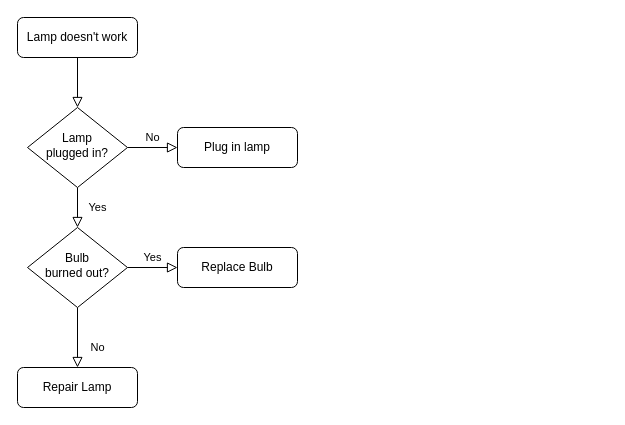
This is Untitled Diagram.drawio from aserr605/aseAlarmBox, a draw.io file, before an edit. Source tidied: cells renumbered, new cells numbered last; positions are measured from the earlier drawing's top-left corner, leaving out a move shared by most shapes. Both pictures are drawn from the tidied source at 100%, with x=0, y=0 at pixel (17, 17).
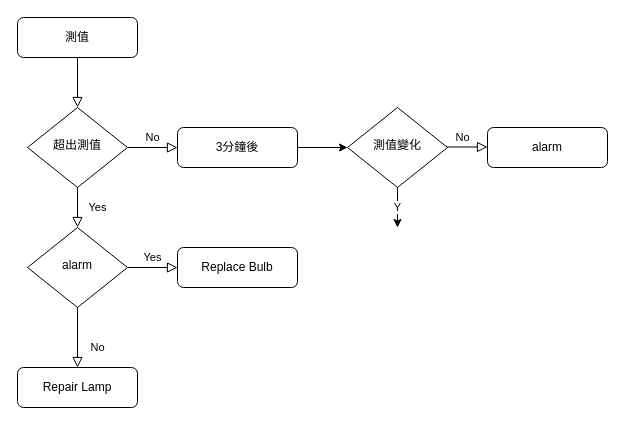
The same page after the edit.

What changed in the source:
```diff
@@
 <mxGraphModel>
   <root>
     <mxCell id="0" />
     <mxCell id="1" parent="0" />
     <mxCell id="2" style="rounded=0;html=1;jettySize=auto;fontSize=11;endArrow=block;endFill=0;endSize=8;strokeWidth=1;shadow=0;labelBackgroundColor=none;edgeStyle=orthogonalEdgeStyle;" parent="1" edge="1" source="3" target="6">
       <mxGeometry relative="1" as="geometry" />
     </mxCell>
-    <mxCell id="3" value="Lamp doesn't work" style="rounded=1;whiteSpace=wrap;html=1;fontSize=12;glass=0;strokeWidth=1;shadow=0;" parent="1" vertex="1">
+    <mxCell id="3" value="測值&lt;br&gt;" style="rounded=1;whiteSpace=wrap;html=1;fontSize=12;glass=0;strokeWidth=1;shadow=0;" parent="1" vertex="1">
       <mxGeometry width="120" height="40" as="geometry" />
     </mxCell>
     <mxCell id="4" value="Yes" style="rounded=0;html=1;jettySize=auto;fontSize=11;endArrow=block;endFill=0;endSize=8;strokeWidth=1;shadow=0;labelBackgroundColor=none;edgeStyle=orthogonalEdgeStyle;" parent="1" edge="1" source="6" target="10">
       <mxGeometry y="20" relative="1" as="geometry" />
     </mxCell>
     <mxCell id="5" value="No" style="edgeStyle=orthogonalEdgeStyle;rounded=0;html=1;jettySize=auto;fontSize=11;endArrow=block;endFill=0;endSize=8;strokeWidth=1;shadow=0;labelBackgroundColor=none;" parent="1" edge="1" source="6" target="7">
       <mxGeometry y="10" relative="1" as="geometry" />
     </mxCell>
-    <mxCell id="6" value="Lamp&lt;br&gt;plugged in?" style="rhombus;whiteSpace=wrap;html=1;shadow=0;fontFamily=Helvetica;fontSize=12;align=center;strokeWidth=1;spacing=6;spacingTop=-4;" parent="1" vertex="1">
+    <mxCell id="6" value="超出測值" style="rhombus;whiteSpace=wrap;html=1;shadow=0;fontFamily=Helvetica;fontSize=12;align=center;strokeWidth=1;spacing=6;spacingTop=-4;" parent="1" vertex="1">
       <mxGeometry x="10" y="90" width="100" height="80" as="geometry" />
     </mxCell>
+    <mxCell id="13" style="edgeStyle=orthogonalEdgeStyle;rounded=0;jettySize=auto;html=1;fontColor=default;" parent="1" edge="1" source="7" target="17">
+      <mxGeometry relative="1" as="geometry" />
+    </mxCell>
-    <mxCell id="7" value="Plug in lamp" style="rounded=1;whiteSpace=wrap;html=1;fontSize=12;glass=0;strokeWidth=1;shadow=0;" parent="1" vertex="1">
+    <mxCell id="7" value="3分鐘後" style="rounded=1;whiteSpace=wrap;html=1;fontSize=12;glass=0;strokeWidth=1;shadow=0;" parent="1" vertex="1">
       <mxGeometry x="160" y="110" width="120" height="40" as="geometry" />
     </mxCell>
     <mxCell id="8" value="No" style="rounded=0;html=1;jettySize=auto;fontSize=11;endArrow=block;endFill=0;endSize=8;strokeWidth=1;shadow=0;labelBackgroundColor=none;edgeStyle=orthogonalEdgeStyle;" parent="1" edge="1" source="10" target="11">
       <mxGeometry x="0.33" y="20" relative="1" as="geometry" />
     </mxCell>
     <mxCell id="9" value="Yes" style="edgeStyle=orthogonalEdgeStyle;rounded=0;html=1;jettySize=auto;fontSize=11;endArrow=block;endFill=0;endSize=8;strokeWidth=1;shadow=0;labelBackgroundColor=none;" parent="1" edge="1" source="10" target="12">
       <mxGeometry y="10" relative="1" as="geometry" />
     </mxCell>
-    <mxCell id="10" value="Bulb&lt;br&gt;burned out?" style="rhombus;whiteSpace=wrap;html=1;shadow=0;fontFamily=Helvetica;fontSize=12;align=center;strokeWidth=1;spacing=6;spacingTop=-4;" parent="1" vertex="1">
+    <mxCell id="10" value="alarm" style="rhombus;whiteSpace=wrap;html=1;shadow=0;fontFamily=Helvetica;fontSize=12;align=center;strokeWidth=1;spacing=6;spacingTop=-4;" parent="1" vertex="1">
       <mxGeometry x="10" y="210" width="100" height="80" as="geometry" />
     </mxCell>
     <mxCell id="11" value="Repair Lamp" style="rounded=1;whiteSpace=wrap;html=1;fontSize=12;glass=0;strokeWidth=1;shadow=0;" parent="1" vertex="1">
       <mxGeometry y="350" width="120" height="40" as="geometry" />
     </mxCell>
     <mxCell id="12" value="Replace Bulb" style="rounded=1;whiteSpace=wrap;html=1;fontSize=12;glass=0;strokeWidth=1;shadow=0;" parent="1" vertex="1">
       <mxGeometry x="160" y="230" width="120" height="40" as="geometry" />
     </mxCell>
+    <mxCell id="14" value="No" style="edgeStyle=orthogonalEdgeStyle;rounded=0;html=1;jettySize=auto;orthogonalLoop=1;fontSize=11;endArrow=block;endFill=0;endSize=8;strokeWidth=1;shadow=0;labelBackgroundColor=none;" parent="1" edge="1">
+      <mxGeometry y="10" relative="1" as="geometry">
+        <mxPoint x="420" y="129.5" as="sourcePoint" />
+        <mxPoint x="470" y="129.5" as="targetPoint" />
+      </mxGeometry>
+    </mxCell>
+    <mxCell id="15" value="alarm" style="rounded=1;whiteSpace=wrap;html=1;fontSize=12;glass=0;strokeWidth=1;shadow=0;" parent="1" vertex="1">
+      <mxGeometry x="470" y="110" width="120" height="40" as="geometry" />
+    </mxCell>
+    <mxCell id="16" value="Y" style="edgeStyle=orthogonalEdgeStyle;rounded=0;jettySize=auto;html=1;fontColor=default;" parent="1" edge="1" source="17">
+      <mxGeometry relative="1" as="geometry">
+        <mxPoint x="380" y="210" as="targetPoint" />
+      </mxGeometry>
+    </mxCell>
+    <mxCell id="17" value="測值變化" style="rhombus;whiteSpace=wrap;html=1;shadow=0;fontFamily=Helvetica;fontSize=12;align=center;strokeWidth=1;spacing=6;spacingTop=-4;" parent="1" vertex="1">
+      <mxGeometry x="330" y="90" width="100" height="80" as="geometry" />
+    </mxCell>
   </root>
 </mxGraphModel>
```
